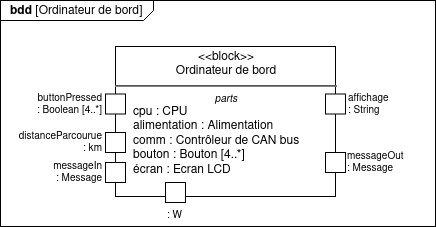
Before: diagrammes/bdd_ordi_de_bord.png, a diagram exported from draw.io (Dalker/ISI-mobility). Source tidied: cells renumbered, new cells last; positions are measured from the earlier drawing's top-left corner, leaving out a move shared by most shapes.
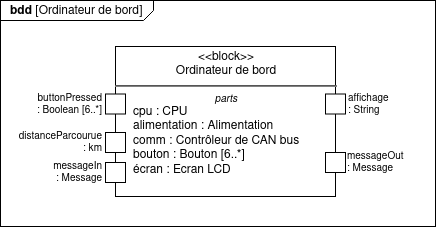
Above is the later version.

Change to the diagram source:
```diff
@@ -5,7 +5,7 @@
     <mxCell id="2" value="&lt;p style=&quot;margin: 0px ; margin-top: 4px ; margin-left: 10px ; text-align: left&quot;&gt;&lt;b&gt;bdd&lt;/b&gt; [Ordinateur de bord]&lt;br&gt;&lt;/p&gt;" style="html=1;strokeWidth=1;shape=mxgraph.sysml.package;labelX=153;align=left;spacingLeft=10;overflow=fill;" parent="1" vertex="1">
       <mxGeometry width="435" height="226" as="geometry" />
     </mxCell>
-    <mxCell id="3" value="&lt;p style=&quot;margin: 0px ; margin-top: 4px ; text-align: center&quot;&gt;&amp;lt;&amp;lt;block&amp;gt;&amp;gt;&lt;br&gt;Ordinateur de bord&lt;/p&gt;&lt;hr&gt;&lt;p style=&quot;font-size: 10px ; margin: 0px ; text-align: center&quot;&gt;&lt;i&gt;parts&lt;/i&gt;&lt;/p&gt;&lt;p style=&quot;margin: 0px ; margin-left: 8px ; text-align: left&quot;&gt;&amp;nbsp;&amp;nbsp; cpu : CPU&lt;/p&gt;&lt;p style=&quot;margin: 0px ; margin-left: 8px ; text-align: left&quot;&gt;&amp;nbsp;&amp;nbsp; alimentation : Alimentation&lt;/p&gt;&lt;p style=&quot;margin: 0px ; margin-left: 8px ; text-align: left&quot;&gt;&amp;nbsp;&amp;nbsp; comm : Contrôleur de CAN bus&lt;/p&gt;&lt;p style=&quot;margin: 0px ; margin-left: 8px ; text-align: left&quot;&gt;&amp;nbsp;&amp;nbsp; bouton : Bouton [4..*]&lt;br&gt;&lt;/p&gt;&lt;p style=&quot;margin: 0px ; margin-left: 8px ; text-align: left&quot;&gt;&amp;nbsp;&amp;nbsp; écran : Ecran LCD&lt;br&gt;&lt;/p&gt;" style="shape=rect;html=1;overflow=fill;verticalAlign=top;align=left;whiteSpace=wrap;" parent="2" vertex="1">
+    <mxCell id="3" value="&lt;p style=&quot;margin: 0px ; margin-top: 4px ; text-align: center&quot;&gt;&amp;lt;&amp;lt;block&amp;gt;&amp;gt;&lt;br&gt;Ordinateur de bord&lt;/p&gt;&lt;hr&gt;&lt;p style=&quot;font-size: 10px ; margin: 0px ; text-align: center&quot;&gt;&lt;i&gt;parts&lt;/i&gt;&lt;/p&gt;&lt;p style=&quot;margin: 0px ; margin-left: 8px ; text-align: left&quot;&gt;&amp;nbsp;&amp;nbsp; cpu : CPU&lt;/p&gt;&lt;p style=&quot;margin: 0px ; margin-left: 8px ; text-align: left&quot;&gt;&amp;nbsp;&amp;nbsp; alimentation : Alimentation&lt;/p&gt;&lt;p style=&quot;margin: 0px ; margin-left: 8px ; text-align: left&quot;&gt;&amp;nbsp;&amp;nbsp; comm : Contrôleur de CAN bus&lt;/p&gt;&lt;p style=&quot;margin: 0px ; margin-left: 8px ; text-align: left&quot;&gt;&amp;nbsp;&amp;nbsp; bouton : Bouton [6..*]&lt;br&gt;&lt;/p&gt;&lt;p style=&quot;margin: 0px ; margin-left: 8px ; text-align: left&quot;&gt;&amp;nbsp;&amp;nbsp; écran : Ecran LCD&lt;br&gt;&lt;/p&gt;" style="shape=rect;html=1;overflow=fill;verticalAlign=top;align=left;whiteSpace=wrap;" parent="2" vertex="1">
       <mxGeometry x="115" y="46" width="220" height="150" as="geometry" />
     </mxCell>
     <mxCell id="4" value="&lt;div&gt;distanceParcourue&lt;/div&gt;&lt;div&gt;: km&lt;br&gt;&lt;/div&gt;" style="strokeColor=inherit;fillColor=inherit;gradientColor=inherit;shape=rect;html=1;align=right;verticalAlign=middle;labelPosition=left;verticalLabelPosition=middle;labelBackgroundColor=none;fontSize=10;paart=1;spacingLeft=0;spacingRight=2;" parent="2" vertex="1">
@@ -20,11 +20,8 @@
     <mxCell id="7" value="&lt;div&gt;affichage&lt;/div&gt;&lt;div&gt;: String&lt;br&gt;&lt;/div&gt;" style="strokeColor=inherit;fillColor=inherit;gradientColor=inherit;shape=rect;html=1;align=left;verticalAlign=middle;labelPosition=right;verticalLabelPosition=middle;labelBackgroundColor=none;fontSize=10;paart=1;spacingLeft=1;spacingRight=2;" parent="2" vertex="1">
       <mxGeometry x="325" y="93.5" width="20" height="20" as="geometry" />
     </mxCell>
-    <mxCell id="8" value="&lt;div&gt;buttonPressed&lt;/div&gt;&lt;div&gt;: Boolean [4..*]&lt;br&gt;&lt;/div&gt;" style="strokeColor=inherit;fillColor=inherit;gradientColor=inherit;shape=rect;html=1;align=right;verticalAlign=middle;labelPosition=left;verticalLabelPosition=middle;labelBackgroundColor=none;fontSize=10;paart=1;spacingLeft=1;spacingRight=2;" parent="2" vertex="1">
+    <mxCell id="8" value="&lt;div&gt;buttonPressed&lt;/div&gt;&lt;div&gt;: Boolean [6..*]&lt;br&gt;&lt;/div&gt;" style="strokeColor=inherit;fillColor=inherit;gradientColor=inherit;shape=rect;html=1;align=right;verticalAlign=middle;labelPosition=left;verticalLabelPosition=middle;labelBackgroundColor=none;fontSize=10;paart=1;spacingLeft=1;spacingRight=2;" parent="2" vertex="1">
       <mxGeometry x="105" y="93.5" width="20" height="20" as="geometry" />
     </mxCell>
-    <mxCell id="9" value=": W" style="strokeColor=inherit;fillColor=inherit;gradientColor=inherit;shape=rect;html=1;align=center;verticalAlign=top;labelPosition=center;verticalLabelPosition=bottom;labelBackgroundColor=none;fontSize=10;paart=1;spacingLeft=0;spacingRight=2;" parent="2" vertex="1">
-      <mxGeometry x="165" y="182" width="20" height="20" as="geometry" />
-    </mxCell>
   </root>
 </mxGraphModel>
```
